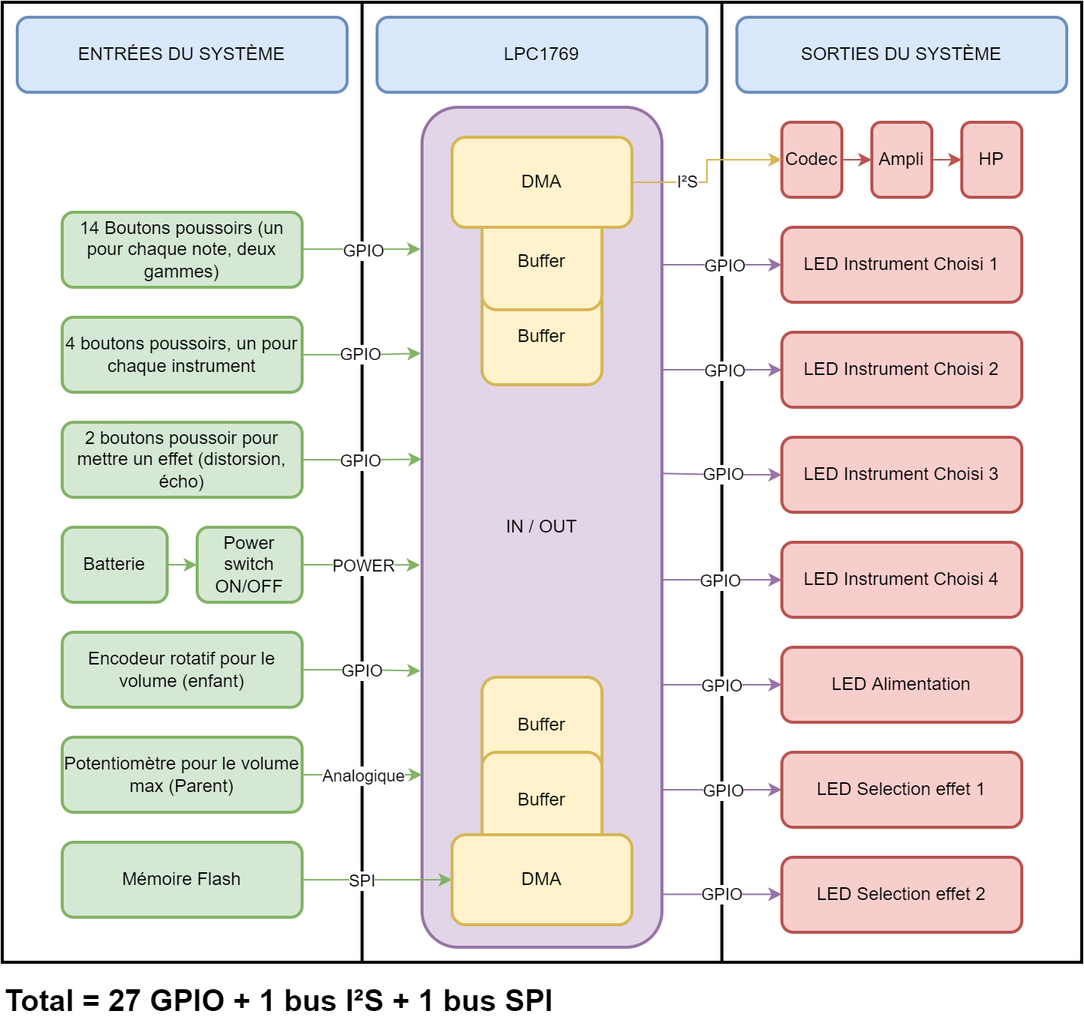
Above: Schemas/Schema_Input_Out_v2.png in Ithoh/ProjetSynthe (draw.io), before the change. Source tidied: cells renumbered, new cells last; positions are measured from the earlier drawing's top-left corner, leaving out a move shared by most shapes.
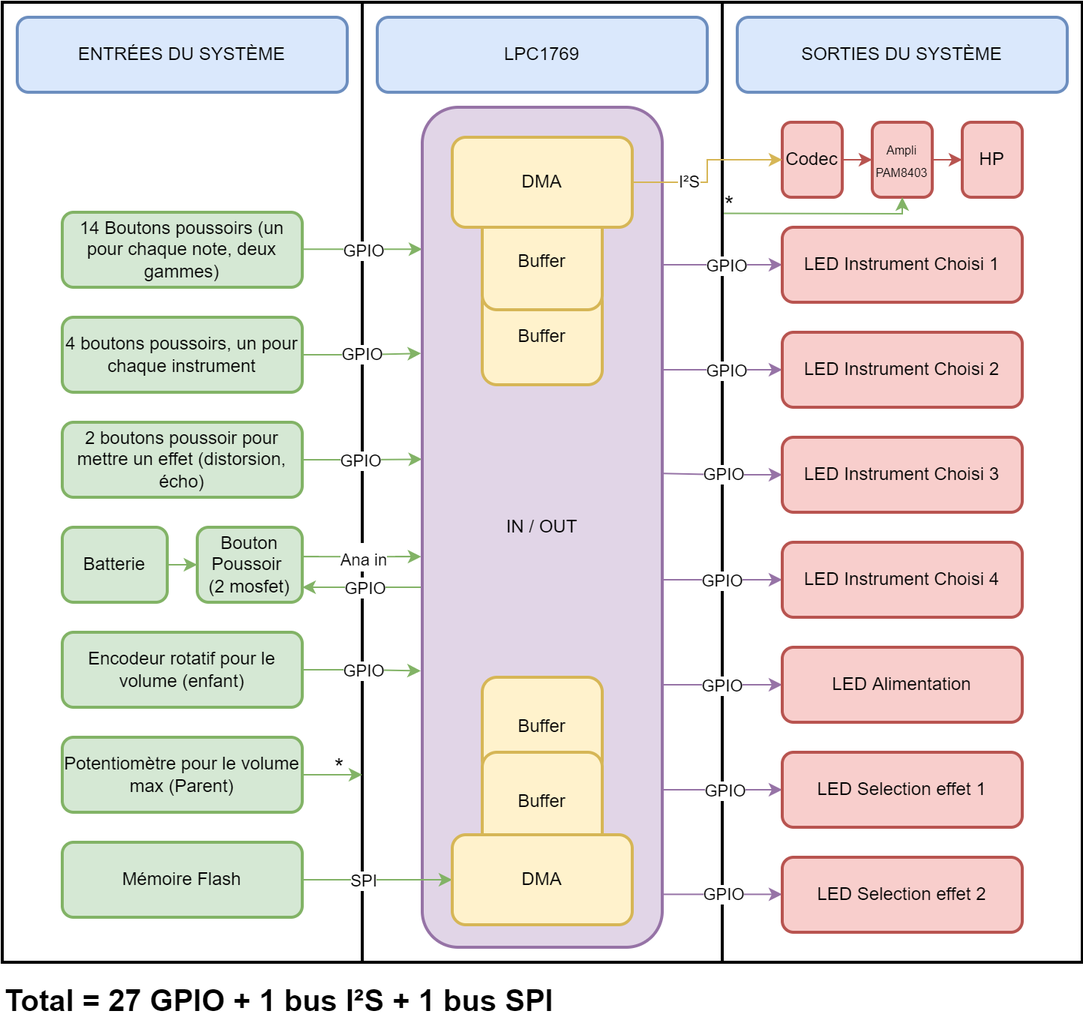
Above is the later version.

What changed in the source:
```diff
@@ -57,15 +57,32 @@
     <mxCell id="16" style="edgeStyle=orthogonalEdgeStyle;rounded=0;jettySize=auto;html=1;fillColor=#d5e8d4;strokeColor=#82b366;startArrow=classic;startFill=1;endArrow=none;endFill=0;" parent="1" edge="1" source="19" target="58">
       <mxGeometry relative="1" as="geometry" />
     </mxCell>
-    <mxCell id="17" style="edgeStyle=orthogonalEdgeStyle;rounded=0;jettySize=auto;html=1;entryX=-0.008;entryY=0.545;entryDx=0;entryDy=0;entryPerimeter=0;fillColor=#d5e8d4;strokeColor=#82b366;" parent="1" edge="1" source="19" target="48">
-      <mxGeometry relative="1" as="geometry" />
+    <mxCell id="17" value="g" style="edgeStyle=orthogonalEdgeStyle;rounded=0;jettySize=auto;html=1;fillColor=#d5e8d4;strokeColor=#82b366;startArrow=classic;startFill=1;endArrow=none;endFill=0;" parent="1" edge="1" source="19">
+      <mxGeometry relative="1" as="geometry">
+        <mxPoint x="279" y="390" as="targetPoint" />
+        <Array as="points">
+          <mxPoint x="279" y="390" />
+        </Array>
+      </mxGeometry>
     </mxCell>
-    <mxCell id="18" value="POWER" style="edgeLabel;html=1;align=center;verticalAlign=middle;" parent="17" vertex="1">
+    <mxCell id="18" value="GPIO" style="edgeLabel;html=1;align=center;verticalAlign=middle;" parent="17" vertex="1">
       <mxGeometry x="0.31" y="2" relative="1" as="geometry">
         <mxPoint x="-11" y="2" as="offset" />
       </mxGeometry>
     </mxCell>
+    <mxCell id="67" style="edgeStyle=orthogonalEdgeStyle;rounded=0;jettySize=auto;html=1;entryX=-0.004;entryY=0.535;entryDx=0;entryDy=0;entryPerimeter=0;fontSize=16;startArrow=none;startFill=0;endArrow=classic;endFill=1;fillColor=#d5e8d4;strokeColor=#82b366;" parent="1" edge="1" source="19" target="48">
+      <mxGeometry relative="1" as="geometry">
+        <Array as="points">
+          <mxPoint x="240" y="370" />
+        </Array>
+      </mxGeometry>
+    </mxCell>
+    <mxCell id="68" value="&lt;font style=&quot;font-size: 11px&quot;&gt;Ana in&lt;/font&gt;" style="edgeLabel;html=1;align=center;verticalAlign=middle;fontSize=16;" parent="67" vertex="1">
+      <mxGeometry x="0.4" relative="1" as="geometry">
+        <mxPoint x="-16" as="offset" />
+      </mxGeometry>
+    </mxCell>
-    <mxCell id="19" value="Power switch ON/OFF" style="rounded=1;whiteSpace=wrap;html=1;strokeColor=#82b366;strokeWidth=2;fillColor=#d5e8d4;" parent="1" vertex="1">
+    <mxCell id="19" value="Bouton&lt;br&gt;Poussoir&amp;nbsp;&lt;br&gt;(2 mosfet)" style="rounded=1;whiteSpace=wrap;html=1;strokeColor=#82b366;strokeWidth=2;fillColor=#d5e8d4;" parent="1" vertex="1">
       <mxGeometry x="130" y="350" width="70" height="50" as="geometry" />
     </mxCell>
     <mxCell id="20" style="edgeStyle=orthogonalEdgeStyle;rounded=0;jettySize=auto;html=1;entryX=-0.006;entryY=0.671;entryDx=0;entryDy=0;entryPerimeter=0;startArrow=none;startFill=0;endArrow=classic;endFill=1;fillColor=#d5e8d4;strokeColor=#82b366;" parent="1" edge="1" source="22" target="48">
@@ -79,16 +96,11 @@
     <mxCell id="22" value="Encodeur rotatif pour le volume (enfant)" style="rounded=1;whiteSpace=wrap;html=1;strokeColor=#82b366;strokeWidth=2;fillColor=#d5e8d4;" parent="1" vertex="1">
       <mxGeometry x="40" y="420" width="160" height="50" as="geometry" />
     </mxCell>
-    <mxCell id="23" style="edgeStyle=orthogonalEdgeStyle;rounded=0;jettySize=auto;html=1;fillColor=#d5e8d4;strokeColor=#82b366;" parent="1" edge="1" source="25">
-      <mxGeometry relative="1" as="geometry">
-        <mxPoint x="280" y="515" as="targetPoint" />
-      </mxGeometry>
-    </mxCell>
-    <mxCell id="24" value="Analogique" style="edgeLabel;html=1;align=center;verticalAlign=middle;" parent="23" vertex="1">
-      <mxGeometry x="0.38" y="3" relative="1" as="geometry">
-        <mxPoint x="-15" y="3" as="offset" />
-      </mxGeometry>
-    </mxCell>
+    <mxCell id="69" style="edgeStyle=orthogonalEdgeStyle;rounded=0;jettySize=auto;html=1;fontSize=8;startArrow=none;startFill=0;endArrow=classic;endFill=1;fillColor=#d5e8d4;strokeColor=#82b366;" parent="1" edge="1" source="25">
+      <mxGeometry relative="1" as="geometry">
+        <mxPoint x="240" y="515" as="targetPoint" />
+      </mxGeometry>
+    </mxCell>
     <mxCell id="25" value="Potentiomètre pour le volume max (Parent)" style="rounded=1;whiteSpace=wrap;html=1;strokeColor=#82b366;strokeWidth=2;fillColor=#d5e8d4;" parent="1" vertex="1">
       <mxGeometry x="40" y="490" width="160" height="50" as="geometry" />
     </mxCell>
@@ -208,7 +220,7 @@
     <mxCell id="51" style="edgeStyle=orthogonalEdgeStyle;rounded=0;jettySize=auto;html=1;entryX=0;entryY=0.5;entryDx=0;entryDy=0;startArrow=none;startFill=0;endArrow=classic;endFill=1;fillColor=#f8cecc;strokeColor=#b85450;" parent="1" edge="1" source="52" target="53">
       <mxGeometry relative="1" as="geometry" />
     </mxCell>
-    <mxCell id="52" value="Ampli" style="rounded=1;whiteSpace=wrap;html=1;fillColor=#f8cecc;strokeColor=#b85450;strokeWidth=2;" parent="1" vertex="1">
+    <mxCell id="52" value="&lt;font style=&quot;font-size: 8px&quot;&gt;Ampli&lt;br&gt;PAM8403&lt;/font&gt;" style="rounded=1;whiteSpace=wrap;html=1;fillColor=#f8cecc;strokeColor=#b85450;strokeWidth=2;" parent="1" vertex="1">
       <mxGeometry x="580" y="80" width="40" height="50" as="geometry" />
     </mxCell>
     <mxCell id="53" value="HP" style="rounded=1;whiteSpace=wrap;html=1;fillColor=#f8cecc;strokeColor=#b85450;strokeWidth=2;" parent="1" vertex="1">
@@ -255,5 +267,18 @@
     <mxCell id="66" value="DMA" style="rounded=1;whiteSpace=wrap;html=1;fillColor=#fff2cc;strokeColor=#d6b656;strokeWidth=2;" parent="1" vertex="1">
       <mxGeometry x="300" y="90" width="120" height="60" as="geometry" />
     </mxCell>
+    <mxCell id="70" value="&lt;font style=&quot;font-size: 16px&quot;&gt;*&lt;/font&gt;" style="text;html=1;strokeColor=none;fillColor=none;align=center;verticalAlign=middle;whiteSpace=wrap;rounded=0;fontSize=8;" parent="1" vertex="1">
+      <mxGeometry x="220" y="505" width="10" height="10" as="geometry" />
+    </mxCell>
+    <mxCell id="71" style="endArrow=classic;html=1;rounded=0;fontSize=16;exitX=1.002;exitY=0.22;exitDx=0;exitDy=0;exitPerimeter=0;entryX=0.5;entryY=1;entryDx=0;entryDy=0;fillColor=#d5e8d4;strokeColor=#82b366;" parent="1" edge="1" source="3" target="52">
+      <mxGeometry relative="1" as="geometry">
+        <Array as="points">
+          <mxPoint x="600" y="141" />
+        </Array>
+      </mxGeometry>
+    </mxCell>
+    <mxCell id="72" value="*" style="text;html=1;strokeColor=none;fillColor=none;align=center;verticalAlign=middle;whiteSpace=wrap;rounded=0;fontSize=16;" parent="1" vertex="1">
+      <mxGeometry x="480" y="130" width="10" height="10" as="geometry" />
+    </mxCell>
   </root>
 </mxGraphModel>
```
